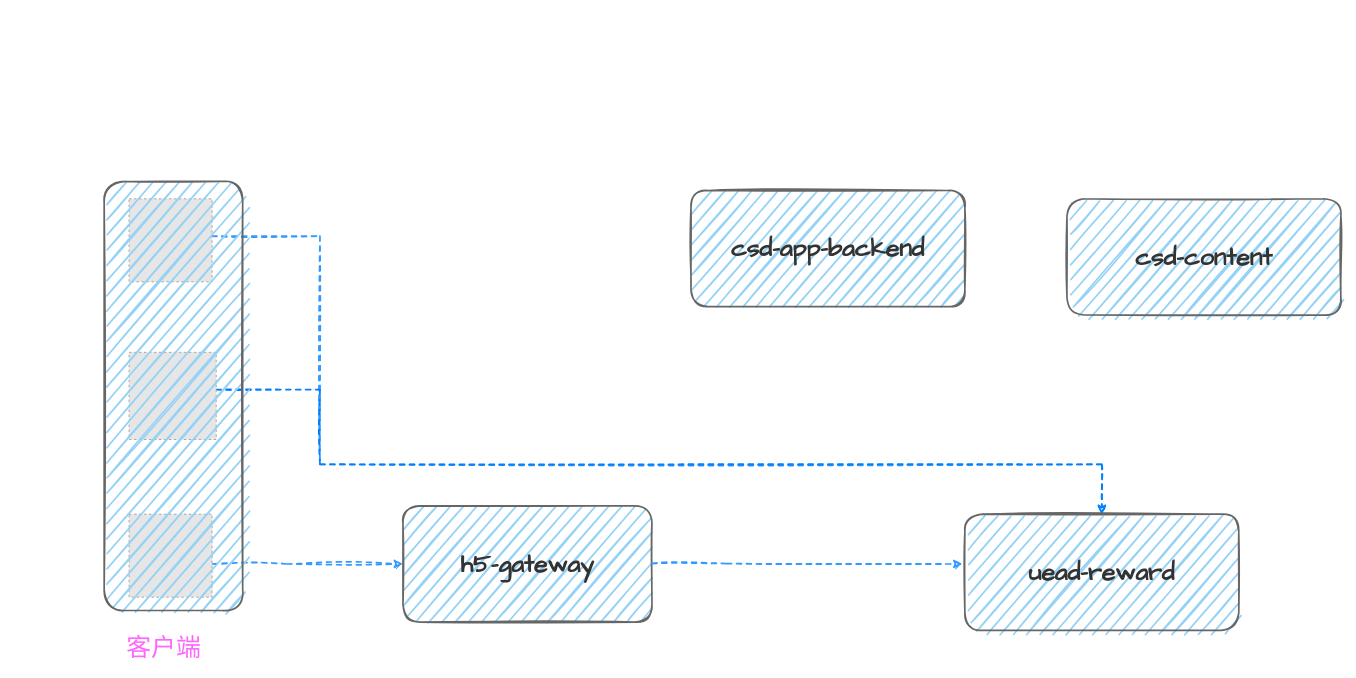
Before: pictures/入口流量路由到csd-content应用.drawio in dimdark/my-drawio, a draw.io diagram. Source tidied: cells renumbered, new cells numbered last; positions are measured from the earlier drawing's top-left corner, leaving out a move shared by most shapes. Both pictures are drawn from the tidied source at 83%, with x=0, y=0 at pixel (85, 181). Pictures stored in the file or linked from it are replaced by grey dashed boxes.
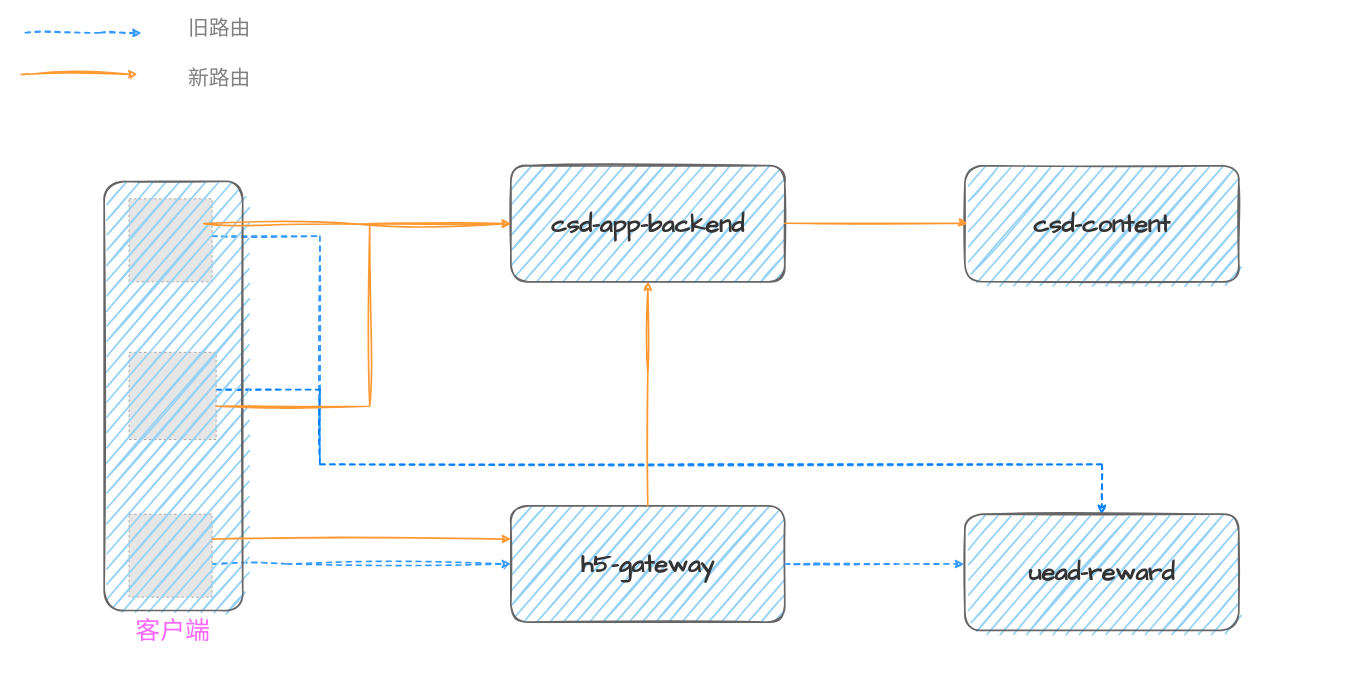
The same diagram, later.

Commit message (it also covers changes not shown here):
更新入口流量路由到csd-content应用.drawio

The change refers to these unchanged cells:
```xml
<mxCell id="13" value="&lt;p style=&quot;line-height: 140%; font-size: 30px;&quot;&gt;&lt;font color=&quot;#333333&quot;&gt;&lt;b&gt;uead-reward&lt;/b&gt;&lt;/font&gt;&lt;/p&gt;" style="rounded=1;whiteSpace=wrap;html=1;shadow=0;glass=0;sketch=1;fillWeight=2;hachureGap=12;hachureAngle=-41;jiggle=1;curveFitting=1;simplification=0;strokeColor=#666666;strokeWidth=2;fontFamily=Architects Daughter;fontSize=30;fontColor=#666666;fillColor=#95D2F5;" parent="1" vertex="1">
  <mxGeometry x="1060" y="401" width="330" height="140" as="geometry" />
</mxCell>
```

The edit, as a diff of the source:
```diff
@@
     <mxCell id="2" value="&lt;p style=&quot;line-height: 140%; font-size: 30px;&quot;&gt;&lt;font color=&quot;#333333&quot; style=&quot;font-size: 30px;&quot;&gt;&lt;span style=&quot;font-size: 30px;&quot;&gt;&lt;b style=&quot;font-size: 30px;&quot;&gt;csd-app-backend&lt;/b&gt;&lt;/span&gt;&lt;/font&gt;&lt;/p&gt;" style="rounded=1;whiteSpace=wrap;html=1;shadow=0;glass=0;sketch=1;fillWeight=2;hachureGap=12;hachureAngle=-41;jiggle=1;curveFitting=1;simplification=0;strokeColor=#666666;strokeWidth=2;fontFamily=Architects Daughter;fontSize=30;fontColor=#666666;fillColor=#95D2F5;" parent="1" vertex="1">
-      <mxGeometry x="730" y="11" width="330" height="140" as="geometry" />
+      <mxGeometry x="513" y="-19" width="330" height="140" as="geometry" />
     </mxCell>
@@
     <mxCell id="9" value="客户端" style="text;html=1;strokeColor=none;fillColor=none;align=center;verticalAlign=middle;whiteSpace=wrap;rounded=0;sketch=1;fontSize=30;fontColor=#FF66FF;" parent="1" vertex="1">
-      <mxGeometry x="-0.1" y="541" width="190" height="40" as="geometry" />
+      <mxGeometry x="10.5" y="521" width="190" height="40" as="geometry" />
     </mxCell>
     <mxCell id="10" value="&lt;p style=&quot;line-height: 140%; font-size: 30px;&quot;&gt;&lt;font color=&quot;#333333&quot;&gt;&lt;b&gt;h5-gateway&lt;/b&gt;&lt;/font&gt;&lt;/p&gt;" style="rounded=1;whiteSpace=wrap;html=1;shadow=0;glass=0;sketch=1;fillWeight=2;hachureGap=12;hachureAngle=-41;jiggle=1;curveFitting=1;simplification=0;strokeColor=#666666;strokeWidth=2;fontFamily=Architects Daughter;fontSize=30;fontColor=#666666;fillColor=#95D2F5;" parent="1" vertex="1">
-      <mxGeometry x="383" y="391" width="300" height="140" as="geometry" />
+      <mxGeometry x="513" y="391" width="330" height="140" as="geometry" />
     </mxCell>
@@
     <mxCell id="12" value="&lt;p style=&quot;line-height: 140%; font-size: 30px;&quot;&gt;&lt;font color=&quot;#333333&quot; style=&quot;font-size: 30px;&quot;&gt;&lt;span style=&quot;font-size: 30px;&quot;&gt;&lt;b style=&quot;font-size: 30px;&quot;&gt;csd-content&lt;/b&gt;&lt;/span&gt;&lt;/font&gt;&lt;/p&gt;" style="rounded=1;whiteSpace=wrap;html=1;shadow=0;glass=0;sketch=1;fillWeight=2;hachureGap=12;hachureAngle=-41;jiggle=1;curveFitting=1;simplification=0;strokeColor=#666666;strokeWidth=2;fontFamily=Architects Daughter;fontSize=30;fontColor=#666666;fillColor=#95D2F5;" parent="1" vertex="1">
-      <mxGeometry x="1183" y="21" width="330" height="140" as="geometry" />
+      <mxGeometry x="1060" y="-19" width="330" height="140" as="geometry" />
     </mxCell>
@@
-    <mxCell id="14" style="edgeStyle=orthogonalEdgeStyle;rounded=0;jettySize=auto;html=1;fontSize=30;fontColor=#FF66FF;entryX=-0.009;entryY=0.429;entryDx=0;entryDy=0;sketch=1;curveFitting=1;jiggle=2;strokeWidth=2;strokeColor=#3399FF;entryPerimeter=0;dashed=1;" parent="1" edge="1" target="13">
-      <mxGeometry relative="1" as="geometry">
-        <mxPoint x="683" y="460.5" as="sourcePoint" />
-        <Array as="points">
-          <mxPoint x="773" y="461" />
-        </Array>
-      </mxGeometry>
-    </mxCell>
+    <mxCell id="15" style="edgeStyle=orthogonalEdgeStyle;rounded=0;jettySize=auto;html=1;fontSize=30;fontColor=#FF66FF;sketch=1;curveFitting=1;jiggle=2;strokeWidth=2;strokeColor=#FF9933;" parent="1" edge="1" target="2">
+      <mxGeometry relative="1" as="geometry">
+        <mxPoint x="143" y="51" as="sourcePoint" />
+      </mxGeometry>
+    </mxCell>
+    <mxCell id="16" style="edgeStyle=orthogonalEdgeStyle;rounded=0;orthogonalLoop=1;jettySize=auto;html=1;fontSize=30;fontColor=#FF66FF;sketch=1;curveFitting=1;jiggle=2;strokeWidth=2;strokeColor=#FF9933;" parent="1" edge="1">
+      <mxGeometry relative="1" as="geometry">
+        <mxPoint x="158" y="271" as="sourcePoint" />
+        <mxPoint x="513" y="51" as="targetPoint" />
+        <Array as="points">
+          <mxPoint x="343" y="271" />
+          <mxPoint x="343" y="51" />
+        </Array>
+      </mxGeometry>
+    </mxCell>
+    <mxCell id="17" style="edgeStyle=orthogonalEdgeStyle;rounded=0;orthogonalLoop=1;jettySize=auto;html=1;fontSize=30;fontColor=#FF66FF;sketch=1;curveFitting=1;jiggle=2;strokeWidth=2;strokeColor=#FF9933;fontStyle=0;" parent="1" edge="1">
+      <mxGeometry relative="1" as="geometry">
+        <mxPoint x="843" y="50.5" as="sourcePoint" />
+        <mxPoint x="1063" y="51" as="targetPoint" />
+        <Array as="points">
+          <mxPoint x="1060" y="51" />
+        </Array>
+      </mxGeometry>
+    </mxCell>
+    <mxCell id="18" style="edgeStyle=orthogonalEdgeStyle;rounded=0;orthogonalLoop=1;jettySize=auto;html=1;fontSize=30;fontColor=#FF66FF;sketch=1;curveFitting=1;jiggle=2;strokeWidth=2;strokeColor=#3399FF;dashed=1;" parent="1" edge="1">
+      <mxGeometry relative="1" as="geometry">
+        <mxPoint x="896" y="461" as="sourcePoint" />
+        <mxPoint x="1059" y="461" as="targetPoint" />
+        <Array as="points">
+          <mxPoint x="843" y="461" />
+          <mxPoint x="1059" y="461" />
+        </Array>
+      </mxGeometry>
+    </mxCell>
+    <mxCell id="19" style="edgeStyle=orthogonalEdgeStyle;rounded=0;orthogonalLoop=1;jettySize=auto;html=1;fontSize=30;fontColor=#FF66FF;sketch=1;curveFitting=1;jiggle=2;strokeWidth=2;strokeColor=#FF9933;fontStyle=0;" parent="1" edge="1">
+      <mxGeometry relative="1" as="geometry">
+        <mxPoint x="-77" y="-129" as="sourcePoint" />
+        <mxPoint x="63" y="-129" as="targetPoint" />
+        <Array as="points">
+          <mxPoint x="-67" y="-129" />
+          <mxPoint x="-67" y="-129" />
+        </Array>
+      </mxGeometry>
+    </mxCell>
+    <mxCell id="20" style="edgeStyle=orthogonalEdgeStyle;rounded=0;orthogonalLoop=1;jettySize=auto;html=1;fontSize=30;fontColor=#FF66FF;sketch=1;curveFitting=1;jiggle=2;strokeWidth=2;strokeColor=#3399FF;dashed=1;" parent="1" edge="1">
+      <mxGeometry relative="1" as="geometry">
+        <mxPoint x="-72" y="-179" as="sourcePoint" />
+        <mxPoint x="68" y="-179" as="targetPoint" />
+        <Array as="points">
+          <mxPoint x="18" y="-179" />
+          <mxPoint x="18" y="-179" />
+        </Array>
+      </mxGeometry>
+    </mxCell>
+    <mxCell id="21" value="新路由" style="text;html=1;strokeColor=none;fillColor=none;align=center;verticalAlign=middle;whiteSpace=wrap;rounded=0;fontSize=25;fontFamily=Architects Daughter;fontColor=#808080;" parent="1" vertex="1">
+      <mxGeometry x="102" y="-139" width="120" height="30" as="geometry" />
+    </mxCell>
+    <mxCell id="22" value="旧路由" style="text;html=1;strokeColor=none;fillColor=none;align=center;verticalAlign=middle;whiteSpace=wrap;rounded=0;fontSize=25;fontFamily=Architects Daughter;fontColor=#808080;" parent="1" vertex="1">
+      <mxGeometry x="102" y="-199" width="120" height="30" as="geometry" />
+    </mxCell>
+    <mxCell id="23" style="edgeStyle=orthogonalEdgeStyle;rounded=0;orthogonalLoop=1;jettySize=auto;html=1;fontSize=30;fontColor=#FF66FF;sketch=1;curveFitting=1;jiggle=2;strokeWidth=2;strokeColor=#FF9933;fontStyle=0;" parent="1" edge="1">
+      <mxGeometry relative="1" as="geometry">
+        <mxPoint x="153" y="431" as="sourcePoint" />
+        <mxPoint x="513" y="431" as="targetPoint" />
+        <Array as="points">
+          <mxPoint x="502" y="431" />
+        </Array>
+      </mxGeometry>
+    </mxCell>
+    <mxCell id="24" style="edgeStyle=orthogonalEdgeStyle;rounded=0;jettySize=auto;html=1;fontSize=30;fontColor=#FF66FF;sketch=1;curveFitting=1;jiggle=2;strokeWidth=2;strokeColor=#FF9933;fontStyle=0;entryX=0.5;entryY=1;entryDx=0;entryDy=0;" parent="1" edge="1" source="10" target="2">
+      <mxGeometry relative="1" as="geometry">
+        <Array as="points">
+          <mxPoint x="678" y="231" />
+          <mxPoint x="678" y="231" />
+        </Array>
+      </mxGeometry>
+    </mxCell>
```
